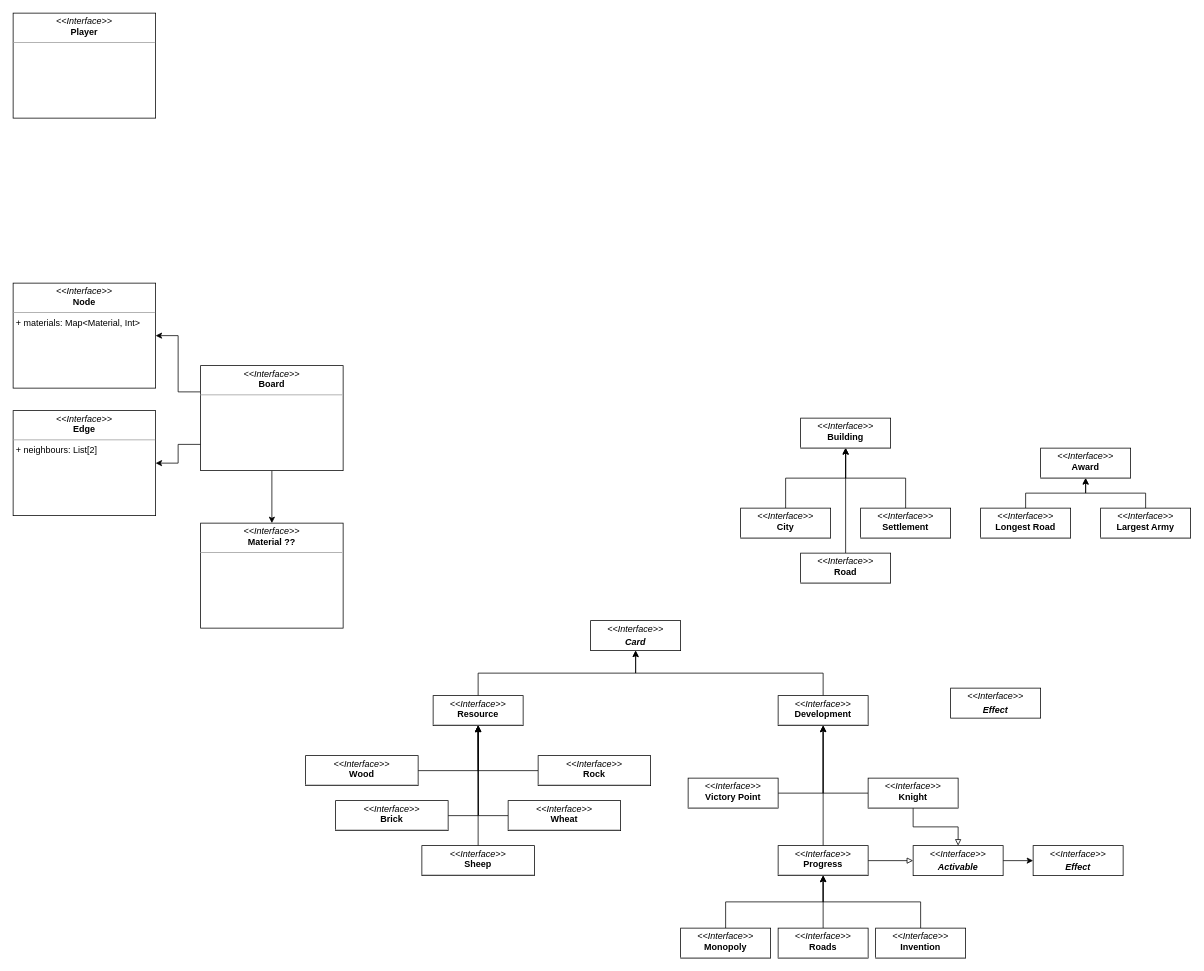
zucchero-sintattico/pps-22-scatan keeps this draw.io diagram as scatan.drawio. Above is the earlier version. Source tidied: cells renumbered, new cells numbered last; positions are measured from the earlier drawing's top-left corner, leaving out a move shared by most shapes. Both pictures are drawn from the tidied source at 75%, with x=0, y=0 at pixel (13, 13).
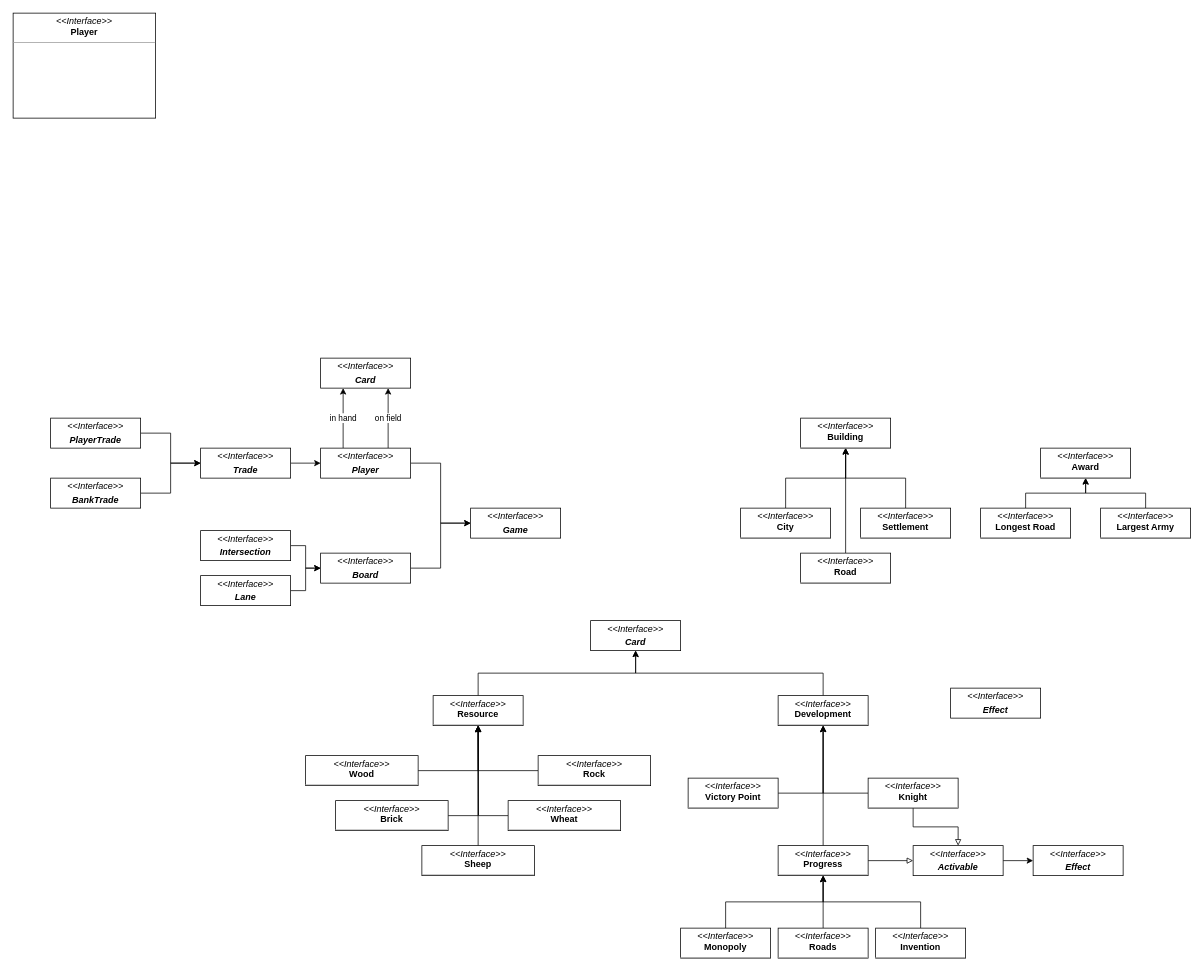
The same page after the edit.

The edit, as a diff of the source:
```diff
@@
-    <mxCell id="3" style="edgeStyle=orthogonalEdgeStyle;rounded=0;jettySize=auto;html=1;exitX=0;exitY=0.25;exitDx=0;exitDy=0;entryX=1;entryY=0.5;entryDx=0;entryDy=0;" parent="1" edge="1" source="6" target="8">
-      <mxGeometry relative="1" as="geometry" />
-    </mxCell>
-    <mxCell id="4" style="edgeStyle=orthogonalEdgeStyle;rounded=0;jettySize=auto;html=1;exitX=0;exitY=0.75;exitDx=0;exitDy=0;entryX=1;entryY=0.5;entryDx=0;entryDy=0;" parent="1" edge="1" source="6" target="7">
-      <mxGeometry relative="1" as="geometry" />
-    </mxCell>
-    <mxCell id="5" style="edgeStyle=orthogonalEdgeStyle;rounded=0;jettySize=auto;html=1;exitX=0.5;exitY=1;exitDx=0;exitDy=0;entryX=0.5;entryY=0;entryDx=0;entryDy=0;" parent="1" edge="1" source="6" target="9">
-      <mxGeometry relative="1" as="geometry" />
-    </mxCell>
-    <mxCell id="6" value="&lt;p style=&quot;margin:0px;margin-top:4px;text-align:center;&quot;&gt;&lt;i&gt;&amp;lt;&amp;lt;Interface&amp;gt;&amp;gt;&lt;/i&gt;&lt;br&gt;&lt;b&gt;Board&lt;/b&gt;&lt;/p&gt;&lt;hr size=&quot;1&quot;&gt;&lt;p style=&quot;margin:0px;margin-left:4px;&quot;&gt;&lt;br&gt;&lt;/p&gt;" style="verticalAlign=top;align=left;overflow=fill;fontSize=12;fontFamily=Helvetica;html=1;whiteSpace=wrap;" parent="1" vertex="1">
-      <mxGeometry x="250" y="470" width="190" height="140" as="geometry" />
-    </mxCell>
-    <mxCell id="7" value="&lt;p style=&quot;margin:0px;margin-top:4px;text-align:center;&quot;&gt;&lt;i&gt;&amp;lt;&amp;lt;Interface&amp;gt;&amp;gt;&lt;/i&gt;&lt;br&gt;&lt;b&gt;Edge&lt;/b&gt;&lt;/p&gt;&lt;hr size=&quot;1&quot;&gt;&lt;p style=&quot;margin:0px;margin-left:4px;&quot;&gt;+ neighbours: List[2]&lt;/p&gt;" style="verticalAlign=top;align=left;overflow=fill;fontSize=12;fontFamily=Helvetica;html=1;whiteSpace=wrap;" parent="1" vertex="1">
-      <mxGeometry y="530" width="190" height="140" as="geometry" />
-    </mxCell>
-    <mxCell id="8" value="&lt;p style=&quot;margin:0px;margin-top:4px;text-align:center;&quot;&gt;&lt;i&gt;&amp;lt;&amp;lt;Interface&amp;gt;&amp;gt;&lt;/i&gt;&lt;br&gt;&lt;b&gt;Node&lt;/b&gt;&lt;/p&gt;&lt;hr size=&quot;1&quot;&gt;&lt;p style=&quot;margin:0px;margin-left:4px;&quot;&gt;+ materials: Map&amp;lt;Material, Int&amp;gt;&lt;/p&gt;" style="verticalAlign=top;align=left;overflow=fill;fontSize=12;fontFamily=Helvetica;html=1;whiteSpace=wrap;" parent="1" vertex="1">
-      <mxGeometry y="360" width="190" height="140" as="geometry" />
-    </mxCell>
-    <mxCell id="9" value="&lt;p style=&quot;margin:0px;margin-top:4px;text-align:center;&quot;&gt;&lt;i&gt;&amp;lt;&amp;lt;Interface&amp;gt;&amp;gt;&lt;/i&gt;&lt;br&gt;&lt;b&gt;Material ??&lt;/b&gt;&lt;/p&gt;&lt;hr size=&quot;1&quot;&gt;&lt;p style=&quot;margin:0px;margin-left:4px;&quot;&gt;&lt;br&gt;&lt;/p&gt;" style="verticalAlign=top;align=left;overflow=fill;fontSize=12;fontFamily=Helvetica;html=1;whiteSpace=wrap;" parent="1" vertex="1">
-      <mxGeometry x="250" y="680" width="190" height="140" as="geometry" />
-    </mxCell>
@@
+    <mxCell id="55" style="edgeStyle=orthogonalEdgeStyle;rounded=0;jettySize=auto;html=1;exitX=1;exitY=0.5;exitDx=0;exitDy=0;entryX=0;entryY=0.5;entryDx=0;entryDy=0;" parent="1" edge="1" source="58" target="59">
+      <mxGeometry relative="1" as="geometry" />
+    </mxCell>
+    <mxCell id="56" value="in hand" style="edgeStyle=orthogonalEdgeStyle;rounded=0;jettySize=auto;html=1;exitX=0.25;exitY=0;exitDx=0;exitDy=0;entryX=0.25;entryY=1;entryDx=0;entryDy=0;" parent="1" edge="1" source="58" target="71">
+      <mxGeometry relative="1" as="geometry" />
+    </mxCell>
+    <mxCell id="57" value="on field" style="edgeStyle=orthogonalEdgeStyle;rounded=0;jettySize=auto;html=1;exitX=0.75;exitY=0;exitDx=0;exitDy=0;entryX=0.75;entryY=1;entryDx=0;entryDy=0;" parent="1" edge="1" source="58" target="71">
+      <mxGeometry relative="1" as="geometry" />
+    </mxCell>
+    <mxCell id="58" value="&lt;p style=&quot;margin:0px;margin-top:4px;text-align:center;&quot;&gt;&lt;i&gt;&amp;lt;&amp;lt;Interface&amp;gt;&amp;gt;&lt;/i&gt;&lt;br&gt;&lt;/p&gt;&lt;p style=&quot;margin:0px;margin-top:4px;text-align:center;&quot;&gt;&lt;i&gt;&lt;b&gt;Player&lt;/b&gt;&lt;/i&gt;&lt;/p&gt;&lt;p style=&quot;margin:0px;margin-left:4px;&quot;&gt;&lt;br&gt;&lt;/p&gt;" style="verticalAlign=top;align=left;overflow=fill;fontSize=12;fontFamily=Helvetica;html=1;whiteSpace=wrap;" parent="1" vertex="1">
+      <mxGeometry x="410" y="580" width="120" height="40" as="geometry" />
+    </mxCell>
+    <mxCell id="59" value="&lt;p style=&quot;margin:0px;margin-top:4px;text-align:center;&quot;&gt;&lt;i&gt;&amp;lt;&amp;lt;Interface&amp;gt;&amp;gt;&lt;/i&gt;&lt;br&gt;&lt;/p&gt;&lt;p style=&quot;margin:0px;margin-top:4px;text-align:center;&quot;&gt;&lt;b&gt;&lt;i&gt;Game&lt;/i&gt;&lt;/b&gt;&lt;/p&gt;" style="verticalAlign=top;align=left;overflow=fill;fontSize=12;fontFamily=Helvetica;html=1;whiteSpace=wrap;" parent="1" vertex="1">
+      <mxGeometry x="610" y="660" width="120" height="40" as="geometry" />
+    </mxCell>
+    <mxCell id="60" style="edgeStyle=orthogonalEdgeStyle;rounded=0;jettySize=auto;html=1;exitX=1;exitY=0.5;exitDx=0;exitDy=0;entryX=0;entryY=0.5;entryDx=0;entryDy=0;" parent="1" edge="1" source="6" target="59">
+      <mxGeometry relative="1" as="geometry" />
+    </mxCell>
+    <mxCell id="6" value="&lt;p style=&quot;margin:0px;margin-top:4px;text-align:center;&quot;&gt;&lt;i&gt;&amp;lt;&amp;lt;Interface&amp;gt;&amp;gt;&lt;/i&gt;&lt;br&gt;&lt;/p&gt;&lt;p style=&quot;margin:0px;margin-top:4px;text-align:center;&quot;&gt;&lt;b&gt;&lt;i&gt;Board&lt;/i&gt;&lt;/b&gt;&lt;/p&gt;" style="verticalAlign=top;align=left;overflow=fill;fontSize=12;fontFamily=Helvetica;html=1;whiteSpace=wrap;" parent="1" vertex="1">
+      <mxGeometry x="410" y="720" width="120" height="40" as="geometry" />
+    </mxCell>
+    <mxCell id="61" style="edgeStyle=orthogonalEdgeStyle;rounded=0;jettySize=auto;html=1;exitX=1;exitY=0.5;exitDx=0;exitDy=0;entryX=0;entryY=0.5;entryDx=0;entryDy=0;" parent="1" edge="1" source="62" target="58">
+      <mxGeometry relative="1" as="geometry" />
+    </mxCell>
+    <mxCell id="62" value="&lt;p style=&quot;margin:0px;margin-top:4px;text-align:center;&quot;&gt;&lt;i&gt;&amp;lt;&amp;lt;Interface&amp;gt;&amp;gt;&lt;/i&gt;&lt;br&gt;&lt;/p&gt;&lt;p style=&quot;margin:0px;margin-top:4px;text-align:center;&quot;&gt;&lt;i&gt;&lt;b&gt;Trade&lt;/b&gt;&lt;/i&gt;&lt;/p&gt;&lt;p style=&quot;margin:0px;margin-left:4px;&quot;&gt;&lt;br&gt;&lt;/p&gt;" style="verticalAlign=top;align=left;overflow=fill;fontSize=12;fontFamily=Helvetica;html=1;whiteSpace=wrap;" parent="1" vertex="1">
+      <mxGeometry x="250" y="580" width="120" height="40" as="geometry" />
+    </mxCell>
+    <mxCell id="63" style="edgeStyle=orthogonalEdgeStyle;rounded=0;jettySize=auto;html=1;exitX=1;exitY=0.5;exitDx=0;exitDy=0;entryX=0;entryY=0.5;entryDx=0;entryDy=0;" parent="1" edge="1" source="64" target="62">
+      <mxGeometry relative="1" as="geometry" />
+    </mxCell>
+    <mxCell id="64" value="&lt;p style=&quot;margin:0px;margin-top:4px;text-align:center;&quot;&gt;&lt;i&gt;&amp;lt;&amp;lt;Interface&amp;gt;&amp;gt;&lt;/i&gt;&lt;br&gt;&lt;/p&gt;&lt;p style=&quot;margin:0px;margin-top:4px;text-align:center;&quot;&gt;&lt;i&gt;&lt;b&gt;PlayerTrade&lt;/b&gt;&lt;/i&gt;&lt;/p&gt;&lt;p style=&quot;margin:0px;margin-left:4px;&quot;&gt;&lt;br&gt;&lt;/p&gt;" style="verticalAlign=top;align=left;overflow=fill;fontSize=12;fontFamily=Helvetica;html=1;whiteSpace=wrap;" parent="1" vertex="1">
+      <mxGeometry x="50" y="540" width="120" height="40" as="geometry" />
+    </mxCell>
+    <mxCell id="65" style="edgeStyle=orthogonalEdgeStyle;rounded=0;jettySize=auto;html=1;exitX=1;exitY=0.5;exitDx=0;exitDy=0;entryX=0;entryY=0.5;entryDx=0;entryDy=0;" parent="1" edge="1" source="66" target="62">
+      <mxGeometry relative="1" as="geometry" />
+    </mxCell>
+    <mxCell id="66" value="&lt;p style=&quot;margin:0px;margin-top:4px;text-align:center;&quot;&gt;&lt;i&gt;&amp;lt;&amp;lt;Interface&amp;gt;&amp;gt;&lt;/i&gt;&lt;br&gt;&lt;/p&gt;&lt;p style=&quot;margin:0px;margin-top:4px;text-align:center;&quot;&gt;&lt;i&gt;&lt;b&gt;BankTrade&lt;/b&gt;&lt;/i&gt;&lt;/p&gt;&lt;p style=&quot;margin:0px;margin-left:4px;&quot;&gt;&lt;br&gt;&lt;/p&gt;" style="verticalAlign=top;align=left;overflow=fill;fontSize=12;fontFamily=Helvetica;html=1;whiteSpace=wrap;" parent="1" vertex="1">
+      <mxGeometry x="50" y="620" width="120" height="40" as="geometry" />
+    </mxCell>
+    <mxCell id="67" style="edgeStyle=orthogonalEdgeStyle;rounded=0;jettySize=auto;html=1;exitX=1;exitY=0.5;exitDx=0;exitDy=0;entryX=0;entryY=0.5;entryDx=0;entryDy=0;" parent="1" edge="1" source="68" target="6">
+      <mxGeometry relative="1" as="geometry" />
+    </mxCell>
+    <mxCell id="68" value="&lt;p style=&quot;margin:0px;margin-top:4px;text-align:center;&quot;&gt;&lt;i&gt;&amp;lt;&amp;lt;Interface&amp;gt;&amp;gt;&lt;/i&gt;&lt;br&gt;&lt;/p&gt;&lt;p style=&quot;margin:0px;margin-top:4px;text-align:center;&quot;&gt;&lt;b&gt;&lt;i&gt;Intersection&lt;/i&gt;&lt;/b&gt;&lt;/p&gt;" style="verticalAlign=top;align=left;overflow=fill;fontSize=12;fontFamily=Helvetica;html=1;whiteSpace=wrap;" parent="1" vertex="1">
+      <mxGeometry x="250" y="690" width="120" height="40" as="geometry" />
+    </mxCell>
+    <mxCell id="69" style="edgeStyle=orthogonalEdgeStyle;rounded=0;jettySize=auto;html=1;exitX=1;exitY=0.5;exitDx=0;exitDy=0;entryX=0;entryY=0.5;entryDx=0;entryDy=0;" parent="1" edge="1" source="70" target="6">
+      <mxGeometry relative="1" as="geometry" />
+    </mxCell>
+    <mxCell id="70" value="&lt;p style=&quot;margin:0px;margin-top:4px;text-align:center;&quot;&gt;&lt;i&gt;&amp;lt;&amp;lt;Interface&amp;gt;&amp;gt;&lt;/i&gt;&lt;br&gt;&lt;/p&gt;&lt;p style=&quot;margin:0px;margin-top:4px;text-align:center;&quot;&gt;&lt;b&gt;&lt;i&gt;Lane&lt;/i&gt;&lt;/b&gt;&lt;/p&gt;" style="verticalAlign=top;align=left;overflow=fill;fontSize=12;fontFamily=Helvetica;html=1;whiteSpace=wrap;" parent="1" vertex="1">
+      <mxGeometry x="250" y="750" width="120" height="40" as="geometry" />
+    </mxCell>
+    <mxCell id="71" value="&lt;p style=&quot;margin:0px;margin-top:4px;text-align:center;&quot;&gt;&lt;i&gt;&amp;lt;&amp;lt;Interface&amp;gt;&amp;gt;&lt;/i&gt;&lt;br&gt;&lt;/p&gt;&lt;p style=&quot;margin:0px;margin-top:4px;text-align:center;&quot;&gt;&lt;i&gt;&lt;b&gt;Card&lt;/b&gt;&lt;/i&gt;&lt;/p&gt;&lt;p style=&quot;margin:0px;margin-left:4px;&quot;&gt;&lt;br&gt;&lt;/p&gt;" style="verticalAlign=top;align=left;overflow=fill;fontSize=12;fontFamily=Helvetica;html=1;whiteSpace=wrap;" parent="1" vertex="1">
+      <mxGeometry x="410" y="460" width="120" height="40" as="geometry" />
+    </mxCell>
```
